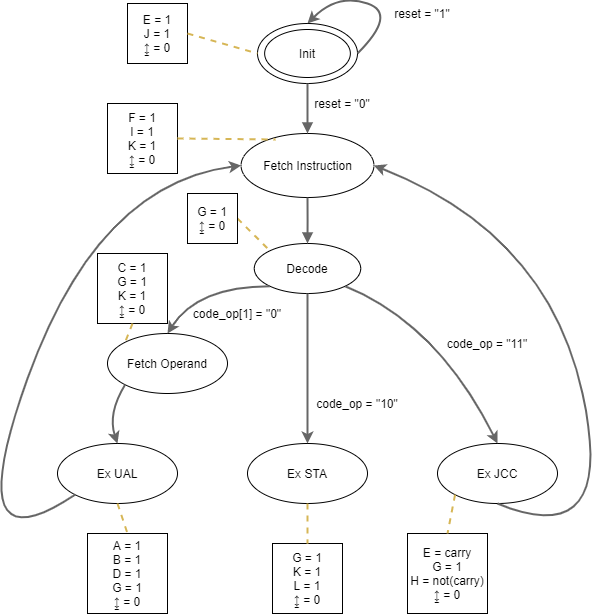
This is Pictures/Conception-FSM.png from Starmaxou/Conception_processeur, a draw.io export, as it was before one commit. Source tidied: cells renumbered, new cells last; positions are measured from the earlier drawing's top-left corner, leaving out a move shared by most shapes.
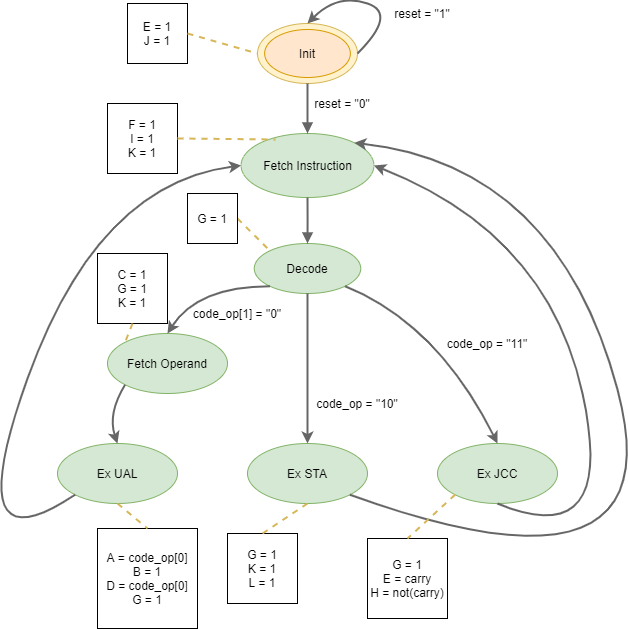
The same file after the commit.

Commit message:
Mise a jour graphique

The edit, as a diff of the source:
```diff
@@ -5,10 +5,10 @@
     <mxCell id="2" style="group;" parent="1" vertex="1">
       <mxGeometry x="300" y="30" width="100" height="60" as="geometry" />
     </mxCell>
-    <mxCell id="3" style="ellipse;whiteSpace=wrap;html=1;" parent="2" vertex="1">
+    <mxCell id="3" style="ellipse;whiteSpace=wrap;html=1;fillColor=#fff2cc;strokeColor=#d6b656;" parent="2" vertex="1">
       <mxGeometry width="100" height="60" as="geometry" />
     </mxCell>
-    <mxCell id="4" value="Init" style="ellipse;whiteSpace=wrap;html=1;" parent="2" vertex="1">
+    <mxCell id="4" value="Init" style="ellipse;whiteSpace=wrap;html=1;fillColor=#ffe6cc;strokeColor=#d79b00;" parent="2" vertex="1">
       <mxGeometry x="7.1" y="6" width="85.7" height="48" as="geometry" />
     </mxCell>
     <mxCell id="5" style="curved=1;endArrow=classic;html=1;strokeColor=#666666;strokeWidth=2;entryX=0.5;entryY=0;entryDx=0;entryDy=0;exitX=1;exitY=0.5;exitDx=0;exitDy=0;fillColor=#f5f5f5;" parent="2" edge="1" source="3" target="3">
@@ -22,22 +22,22 @@
     <mxCell id="6" style="group;" parent="1" vertex="1">
       <mxGeometry x="290" y="140" width="140" height="70" as="geometry" />
     </mxCell>
-    <mxCell id="7" value="Fetch Instruction" style="ellipse;whiteSpace=wrap;html=1;" parent="6" vertex="1">
+    <mxCell id="7" value="Fetch Instruction" style="ellipse;whiteSpace=wrap;html=1;fillColor=#d5e8d4;strokeColor=#82b366;" parent="6" vertex="1">
       <mxGeometry x="-6.4" width="132.9" height="64" as="geometry" />
     </mxCell>
-    <mxCell id="8" value="Decode" style="ellipse;whiteSpace=wrap;html=1;" parent="1" vertex="1">
+    <mxCell id="8" value="Decode" style="ellipse;whiteSpace=wrap;html=1;fillColor=#d5e8d4;strokeColor=#82b366;" parent="1" vertex="1">
       <mxGeometry x="296.8" y="250" width="106.4" height="50" as="geometry" />
     </mxCell>
-    <mxCell id="9" value="Fetch Operand" style="ellipse;whiteSpace=wrap;html=1;" parent="1" vertex="1">
+    <mxCell id="9" value="Fetch Operand" style="ellipse;whiteSpace=wrap;html=1;fillColor=#d5e8d4;strokeColor=#82b366;" parent="1" vertex="1">
       <mxGeometry x="150" y="340" width="120" height="60" as="geometry" />
     </mxCell>
-    <mxCell id="10" value="Ex STA" style="ellipse;whiteSpace=wrap;html=1;" parent="1" vertex="1">
+    <mxCell id="10" value="Ex STA" style="ellipse;whiteSpace=wrap;html=1;fillColor=#d5e8d4;strokeColor=#82b366;" parent="1" vertex="1">
       <mxGeometry x="290" y="450" width="120" height="60" as="geometry" />
     </mxCell>
-    <mxCell id="11" value="Ex JCC" style="ellipse;whiteSpace=wrap;html=1;" parent="1" vertex="1">
+    <mxCell id="11" value="Ex JCC" style="ellipse;whiteSpace=wrap;html=1;fillColor=#d5e8d4;strokeColor=#82b366;" parent="1" vertex="1">
       <mxGeometry x="480" y="450" width="120" height="60" as="geometry" />
     </mxCell>
-    <mxCell id="12" value="Ex UAL" style="ellipse;whiteSpace=wrap;html=1;" parent="1" vertex="1">
+    <mxCell id="12" value="Ex UAL" style="ellipse;whiteSpace=wrap;html=1;fillColor=#d5e8d4;strokeColor=#82b366;" parent="1" vertex="1">
       <mxGeometry x="100" y="450" width="120" height="60" as="geometry" />
     </mxCell>
     <mxCell id="13" style="curved=1;endArrow=classic;html=1;strokeColor=#666666;strokeWidth=2;exitX=0;exitY=1;exitDx=0;exitDy=0;entryX=0.5;entryY=0;entryDx=0;entryDy=0;fillColor=#f5f5f5;" parent="1" edge="1" source="8" target="9">
@@ -58,92 +58,100 @@
         </Array>
       </mxGeometry>
     </mxCell>
-    <mxCell id="16" style="curved=1;endArrow=classic;html=1;strokeColor=#666666;strokeWidth=2;exitX=0;exitY=1;exitDx=0;exitDy=0;entryX=0;entryY=0.5;entryDx=0;entryDy=0;fillColor=#f5f5f5;" parent="1" edge="1" source="12" target="7">
+    <mxCell id="16" style="curved=1;endArrow=classic;html=1;strokeColor=#666666;strokeWidth=2;exitX=1;exitY=1;exitDx=0;exitDy=0;entryX=1;entryY=0;entryDx=0;entryDy=0;fillColor=#f5f5f5;" parent="1" edge="1" source="10" target="7">
       <mxGeometry relative="1" as="geometry">
         <Array as="points">
-          <mxPoint y="580" />
-          <mxPoint x="140" y="190" />
+          <mxPoint x="720" y="620" />
+          <mxPoint x="600" y="172" />
         </Array>
       </mxGeometry>
     </mxCell>
-    <mxCell id="17" style="edgeStyle=orthogonalEdgeStyle;rounded=0;jettySize=auto;html=1;startArrow=none;startFill=0;strokeColor=#666666;strokeWidth=2;endArrow=block;endFill=1;fillColor=#f5f5f5;" parent="1" edge="1" source="7" target="8">
-      <mxGeometry relative="1" as="geometry" />
+    <mxCell id="17" style="curved=1;endArrow=classic;html=1;strokeColor=#666666;strokeWidth=2;exitX=0;exitY=1;exitDx=0;exitDy=0;entryX=0;entryY=0.5;entryDx=0;entryDy=0;fillColor=#f5f5f5;" parent="1" edge="1" source="12" target="7">
+      <mxGeometry relative="1" as="geometry">
+        <Array as="points">
+          <mxPoint y="580" />
+          <mxPoint x="140" y="190" />
+        </Array>
+      </mxGeometry>
     </mxCell>
-    <mxCell id="18" style="edgeStyle=orthogonalEdgeStyle;rounded=0;jettySize=auto;html=1;startArrow=none;startFill=0;strokeColor=#666666;strokeWidth=2;endArrow=block;endFill=1;fillColor=#f5f5f5;exitX=0.5;exitY=1;exitDx=0;exitDy=0;" parent="1" edge="1" source="3">
-      <mxGeometry relative="1" as="geometry">
-        <mxPoint x="350" y="140" as="targetPoint" />
-      </mxGeometry>
+    <mxCell id="18" style="edgeStyle=orthogonalEdgeStyle;rounded=0;jettySize=auto;html=1;startArrow=none;startFill=0;strokeColor=#666666;strokeWidth=2;endArrow=block;endFill=1;fillColor=#f5f5f5;" parent="1" edge="1" source="7" target="8">
+      <mxGeometry relative="1" as="geometry" />
     </mxCell>
-    <mxCell id="19" value="E = 1&lt;br&gt;J = 1&lt;br&gt;↨ = 0" style="whiteSpace=wrap;html=1;" parent="1" vertex="1">
-      <mxGeometry x="170" y="10" width="60" height="60" as="geometry" />
+    <mxCell id="19" style="edgeStyle=orthogonalEdgeStyle;rounded=0;jettySize=auto;html=1;startArrow=none;startFill=0;strokeColor=#666666;strokeWidth=2;endArrow=block;endFill=1;fillColor=#f5f5f5;exitX=0.5;exitY=1;exitDx=0;exitDy=0;" parent="1" edge="1" source="3">
+      <mxGeometry relative="1" as="geometry">
+        <mxPoint x="350" y="140" as="targetPoint" />
+      </mxGeometry>
     </mxCell>
-    <mxCell id="20" style="endArrow=none;dashed=1;html=1;strokeColor=#d6b656;strokeWidth=2;entryX=0;entryY=0.5;entryDx=0;entryDy=0;exitX=1;exitY=0.5;exitDx=0;exitDy=0;fillColor=#fff2cc;" parent="1" edge="1" source="19" target="3">
-      <mxGeometry relative="1" as="geometry" />
+    <mxCell id="20" value="E = 1&lt;br&gt;J = 1" style="whiteSpace=wrap;html=1;" parent="1" vertex="1">
+      <mxGeometry x="170" y="10" width="60" height="60" as="geometry" />
     </mxCell>
-    <mxCell id="21" value="F = 1&lt;br&gt;I = 1&lt;br&gt;K = 1&lt;br&gt;↨ = 0" style="whiteSpace=wrap;html=1;" parent="1" vertex="1">
-      <mxGeometry x="150" y="110" width="70" height="70" as="geometry" />
+    <mxCell id="21" style="endArrow=none;dashed=1;html=1;strokeColor=#d6b656;strokeWidth=2;entryX=0;entryY=0.5;entryDx=0;entryDy=0;exitX=1;exitY=0.5;exitDx=0;exitDy=0;fillColor=#fff2cc;" parent="1" edge="1" source="20" target="3">
+      <mxGeometry relative="1" as="geometry" />
     </mxCell>
-    <mxCell id="22" style="endArrow=none;dashed=1;html=1;strokeColor=#d6b656;strokeWidth=2;exitX=1;exitY=0.5;exitDx=0;exitDy=0;entryX=0.259;entryY=0.094;entryDx=0;entryDy=0;entryPerimeter=0;fillColor=#fff2cc;" parent="1" edge="1" source="21" target="7">
-      <mxGeometry relative="1" as="geometry" />
+    <mxCell id="22" value="F = 1&lt;br&gt;I = 1&lt;br&gt;K = 1" style="whiteSpace=wrap;html=1;" parent="1" vertex="1">
+      <mxGeometry x="150" y="110" width="70" height="70" as="geometry" />
     </mxCell>
-    <mxCell id="23" style="endArrow=none;dashed=1;html=1;strokeColor=#d6b656;strokeWidth=2;entryX=0;entryY=0;entryDx=0;entryDy=0;exitX=1;exitY=0.5;exitDx=0;exitDy=0;fillColor=#fff2cc;" parent="1" edge="1" source="24" target="8">
+    <mxCell id="23" style="endArrow=none;dashed=1;html=1;strokeColor=#d6b656;strokeWidth=2;exitX=1;exitY=0.5;exitDx=0;exitDy=0;entryX=0.259;entryY=0.094;entryDx=0;entryDy=0;entryPerimeter=0;fillColor=#fff2cc;" parent="1" edge="1" source="22" target="7">
       <mxGeometry relative="1" as="geometry" />
     </mxCell>
-    <mxCell id="24" value="G = 1&lt;br&gt;↨ = 0" style="whiteSpace=wrap;html=1;" parent="1" vertex="1">
-      <mxGeometry x="230" y="200" width="50" height="50" as="geometry" />
+    <mxCell id="24" style="endArrow=none;dashed=1;html=1;strokeColor=#d6b656;strokeWidth=2;entryX=0;entryY=0;entryDx=0;entryDy=0;exitX=1;exitY=0.5;exitDx=0;exitDy=0;fillColor=#fff2cc;" parent="1" edge="1" source="25" target="8">
+      <mxGeometry relative="1" as="geometry" />
     </mxCell>
-    <mxCell id="25" value="C = 1&lt;br&gt;G = 1&lt;br&gt;K = 1&lt;br&gt;↨ = 0" style="whiteSpace=wrap;html=1;" parent="1" vertex="1">
-      <mxGeometry x="140" y="260" width="70" height="70" as="geometry" />
+    <mxCell id="25" value="G = 1" style="whiteSpace=wrap;html=1;" parent="1" vertex="1">
+      <mxGeometry x="230" y="200" width="50" height="50" as="geometry" />
     </mxCell>
-    <mxCell id="26" style="endArrow=none;dashed=1;html=1;strokeColor=#d6b656;strokeWidth=2;entryX=0;entryY=0;entryDx=0;entryDy=0;exitX=0.5;exitY=1;exitDx=0;exitDy=0;fillColor=#fff2cc;" parent="1" edge="1" source="25" target="9">
-      <mxGeometry relative="1" as="geometry" />
+    <mxCell id="26" value="C = 1&lt;br&gt;G = 1&lt;br&gt;K = 1" style="whiteSpace=wrap;html=1;" parent="1" vertex="1">
+      <mxGeometry x="140" y="260" width="70" height="70" as="geometry" />
     </mxCell>
-    <mxCell id="27" value="A = 1&lt;br&gt;B = 1&lt;br&gt;D = 1&lt;br&gt;G = 1&lt;br&gt;↨ = 0" style="whiteSpace=wrap;html=1;" parent="1" vertex="1">
-      <mxGeometry x="130" y="540" width="80" height="80" as="geometry" />
+    <mxCell id="27" style="endArrow=none;dashed=1;html=1;strokeColor=#d6b656;strokeWidth=2;entryX=0;entryY=0;entryDx=0;entryDy=0;exitX=0.5;exitY=1;exitDx=0;exitDy=0;fillColor=#fff2cc;" parent="1" edge="1" source="26" target="9">
+      <mxGeometry relative="1" as="geometry" />
     </mxCell>
-    <mxCell id="28" style="endArrow=none;dashed=1;html=1;strokeColor=#d6b656;strokeWidth=2;entryX=0.5;entryY=0;entryDx=0;entryDy=0;exitX=0.5;exitY=1;exitDx=0;exitDy=0;fillColor=#fff2cc;" parent="1" edge="1" source="12" target="27">
-      <mxGeometry relative="1" as="geometry" />
+    <mxCell id="28" value="A = code_op[0]&lt;br&gt;B = 1&lt;br&gt;D = code_op[0]&lt;br&gt;G = 1" style="whiteSpace=wrap;html=1;" parent="1" vertex="1">
+      <mxGeometry x="140" y="535" width="100" height="100" as="geometry" />
     </mxCell>
-    <mxCell id="29" value="G = 1&lt;br&gt;K = 1&lt;br&gt;L = 1&lt;br&gt;↨ = 0" style="whiteSpace=wrap;html=1;" parent="1" vertex="1">
-      <mxGeometry x="315" y="550" width="70" height="70" as="geometry" />
+    <mxCell id="29" style="endArrow=none;dashed=1;html=1;strokeColor=#d6b656;strokeWidth=2;entryX=0.5;entryY=0;entryDx=0;entryDy=0;exitX=0.5;exitY=1;exitDx=0;exitDy=0;fillColor=#fff2cc;" parent="1" edge="1" source="12" target="28">
+      <mxGeometry relative="1" as="geometry" />
     </mxCell>
-    <mxCell id="30" value="E = carry&lt;br&gt;G = 1&lt;br&gt;H = not(carry)&lt;br&gt;↨ = 0" style="whiteSpace=wrap;html=1;" parent="1" vertex="1">
-      <mxGeometry x="450" y="540" width="80" height="80" as="geometry" />
+    <mxCell id="30" value="G = 1&lt;br&gt;K = 1&lt;br&gt;L = 1" style="whiteSpace=wrap;html=1;" parent="1" vertex="1">
+      <mxGeometry x="270" y="540" width="70" height="70" as="geometry" />
     </mxCell>
-    <mxCell id="31" style="endArrow=none;dashed=1;html=1;strokeColor=#d6b656;strokeWidth=2;entryX=0.5;entryY=0;entryDx=0;entryDy=0;exitX=0.5;exitY=1;exitDx=0;exitDy=0;fillColor=#fff2cc;" parent="1" edge="1" source="10" target="29">
-      <mxGeometry relative="1" as="geometry" />
+    <mxCell id="31" value="G = 1&lt;br&gt;E = carry&lt;br&gt;H = not(carry)" style="whiteSpace=wrap;html=1;" parent="1" vertex="1">
+      <mxGeometry x="410" y="545" width="80" height="80" as="geometry" />
     </mxCell>
-    <mxCell id="32" style="endArrow=none;dashed=1;html=1;strokeColor=#d6b656;strokeWidth=2;entryX=0.5;entryY=0;entryDx=0;entryDy=0;exitX=0;exitY=1;exitDx=0;exitDy=0;fillColor=#fff2cc;" parent="1" edge="1" source="11" target="30">
+    <mxCell id="32" style="endArrow=none;dashed=1;html=1;strokeColor=#d6b656;strokeWidth=2;entryX=0.5;entryY=0;entryDx=0;entryDy=0;exitX=0.5;exitY=1;exitDx=0;exitDy=0;fillColor=#fff2cc;" parent="1" edge="1" source="10" target="30">
       <mxGeometry relative="1" as="geometry" />
     </mxCell>
-    <mxCell id="33" value="reset = &quot;1&quot;" style="text;html=1;strokeColor=none;fillColor=none;align=center;verticalAlign=middle;whiteSpace=wrap;rounded=0;" parent="1" vertex="1">
-      <mxGeometry x="430" y="10" width="70" height="20" as="geometry" />
+    <mxCell id="33" style="endArrow=none;dashed=1;html=1;strokeColor=#d6b656;strokeWidth=2;entryX=0.5;entryY=0;entryDx=0;entryDy=0;exitX=0;exitY=1;exitDx=0;exitDy=0;fillColor=#fff2cc;" parent="1" edge="1" source="11" target="31">
+      <mxGeometry relative="1" as="geometry" />
     </mxCell>
-    <mxCell id="34" value="reset = &quot;0&quot;" style="text;html=1;strokeColor=none;fillColor=none;align=center;verticalAlign=middle;whiteSpace=wrap;rounded=0;" parent="1" vertex="1">
-      <mxGeometry x="350" y="100" width="70" height="20" as="geometry" />
+    <mxCell id="34" value="reset = &quot;1&quot;" style="text;html=1;strokeColor=none;fillColor=none;align=center;verticalAlign=middle;whiteSpace=wrap;rounded=0;" parent="1" vertex="1">
+      <mxGeometry x="430" y="10" width="70" height="20" as="geometry" />
     </mxCell>
-    <mxCell id="35" value="code_op = &quot;11&quot;" style="text;html=1;strokeColor=none;fillColor=none;align=center;verticalAlign=middle;whiteSpace=wrap;rounded=0;" parent="1" vertex="1">
-      <mxGeometry x="480" y="340" width="100" height="20" as="geometry" />
+    <mxCell id="35" value="reset = &quot;0&quot;" style="text;html=1;strokeColor=none;fillColor=none;align=center;verticalAlign=middle;whiteSpace=wrap;rounded=0;" parent="1" vertex="1">
+      <mxGeometry x="350" y="100" width="70" height="20" as="geometry" />
     </mxCell>
-    <mxCell id="36" value="code_op = &quot;10&quot;" style="text;html=1;strokeColor=none;fillColor=none;align=center;verticalAlign=middle;whiteSpace=wrap;rounded=0;" parent="1" vertex="1">
-      <mxGeometry x="350" y="400" width="100" height="20" as="geometry" />
+    <mxCell id="36" value="code_op = &quot;11&quot;" style="text;html=1;strokeColor=none;fillColor=none;align=center;verticalAlign=middle;whiteSpace=wrap;rounded=0;" parent="1" vertex="1">
+      <mxGeometry x="480" y="340" width="100" height="20" as="geometry" />
     </mxCell>
-    <mxCell id="37" value="code_op[1] = &quot;0&quot;" style="text;html=1;strokeColor=none;fillColor=none;align=center;verticalAlign=middle;whiteSpace=wrap;rounded=0;" parent="1" vertex="1">
-      <mxGeometry x="230" y="310" width="100" height="20" as="geometry" />
+    <mxCell id="37" value="code_op = &quot;10&quot;" style="text;html=1;strokeColor=none;fillColor=none;align=center;verticalAlign=middle;whiteSpace=wrap;rounded=0;" parent="1" vertex="1">
+      <mxGeometry x="350" y="400" width="100" height="20" as="geometry" />
     </mxCell>
-    <mxCell id="38" style="curved=1;endArrow=classic;html=1;strokeColor=#666666;strokeWidth=2;exitX=1;exitY=1;exitDx=0;exitDy=0;fillColor=#f5f5f5;entryX=0.5;entryY=0;entryDx=0;entryDy=0;" parent="1" edge="1" source="8" target="11">
-      <mxGeometry relative="1" as="geometry">
-        <Array as="points">
-          <mxPoint x="480" y="330" />
-        </Array>
-      </mxGeometry>
+    <mxCell id="38" value="code_op[1] = &quot;0&quot;" style="text;html=1;strokeColor=none;fillColor=none;align=center;verticalAlign=middle;whiteSpace=wrap;rounded=0;" parent="1" vertex="1">
+      <mxGeometry x="230" y="310" width="100" height="20" as="geometry" />
     </mxCell>
-    <mxCell id="39" style="curved=1;endArrow=classic;html=1;strokeColor=#666666;strokeWidth=2;exitX=0;exitY=1;exitDx=0;exitDy=0;entryX=0.5;entryY=0;entryDx=0;entryDy=0;fillColor=#f5f5f5;" parent="1" edge="1" source="9" target="12">
+    <mxCell id="39" style="curved=1;endArrow=classic;html=1;strokeColor=#666666;strokeWidth=2;exitX=1;exitY=1;exitDx=0;exitDy=0;fillColor=#f5f5f5;entryX=0.5;entryY=0;entryDx=0;entryDy=0;" parent="1" edge="1" source="8" target="11">
       <mxGeometry relative="1" as="geometry">
         <Array as="points">
-          <mxPoint x="150" y="420" />
+          <mxPoint x="480" y="330" />
         </Array>
       </mxGeometry>
     </mxCell>
+    <mxCell id="40" style="curved=1;endArrow=classic;html=1;strokeColor=#666666;strokeWidth=2;exitX=0;exitY=1;exitDx=0;exitDy=0;entryX=0.5;entryY=0;entryDx=0;entryDy=0;fillColor=#f5f5f5;" parent="1" edge="1" source="9" target="12">
+      <mxGeometry relative="1" as="geometry">
+        <Array as="points">
+          <mxPoint x="150" y="420" />
+        </Array>
+      </mxGeometry>
+    </mxCell>
   </root>
 </mxGraphModel>
```
